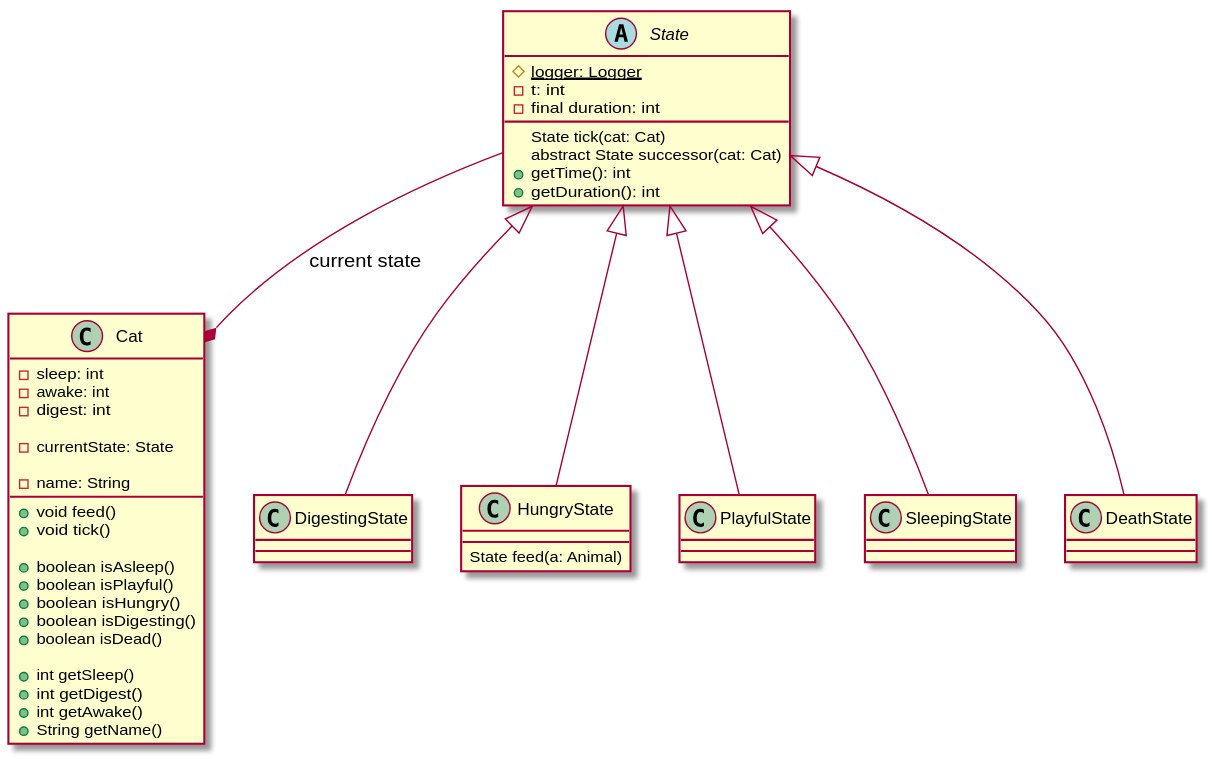
Earlier version of the PlantUML export assets/class-spec.svg (stellamoR/03-inheritance).
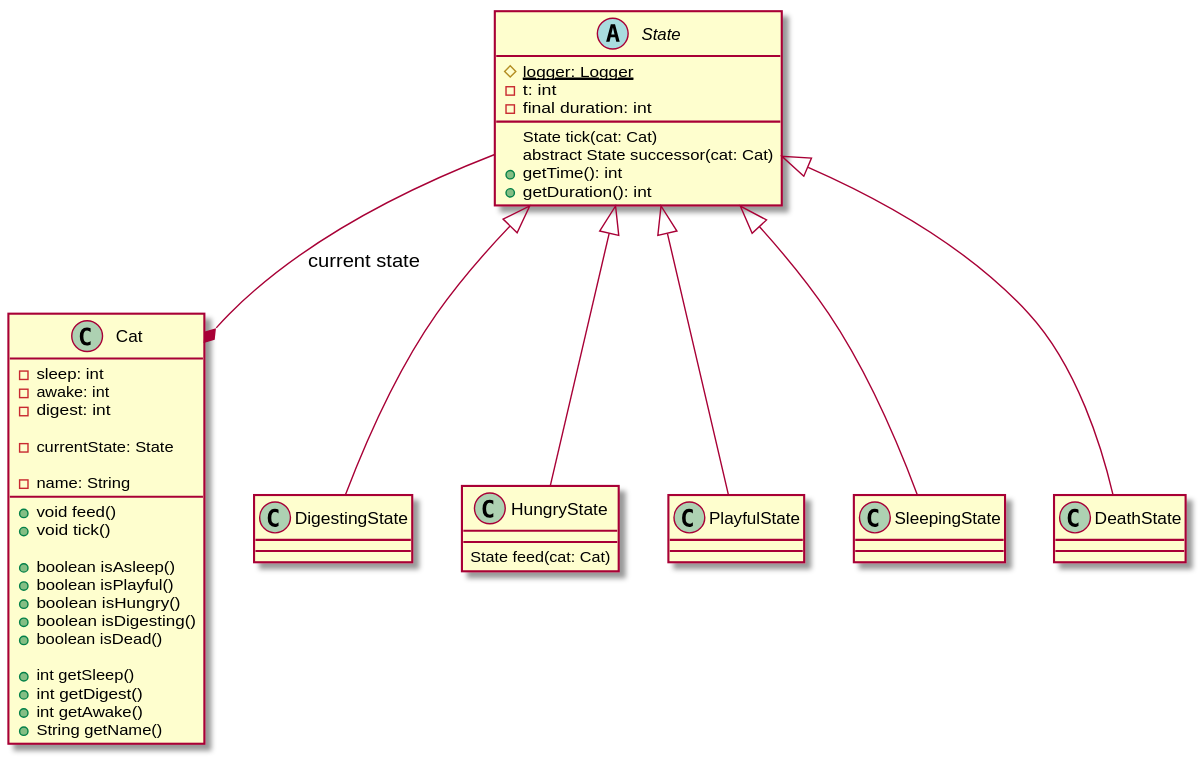
After the change.

Commit message:
Tippfehler im UML

Change to the diagram source:
```diff
@@ -38,7 +38,7 @@
 }
 
 class HungryState extends State {
-    State feed(a: Animal)
+    State feed(cat: Cat)
 }
 
 class PlayfulState extends State {
```
